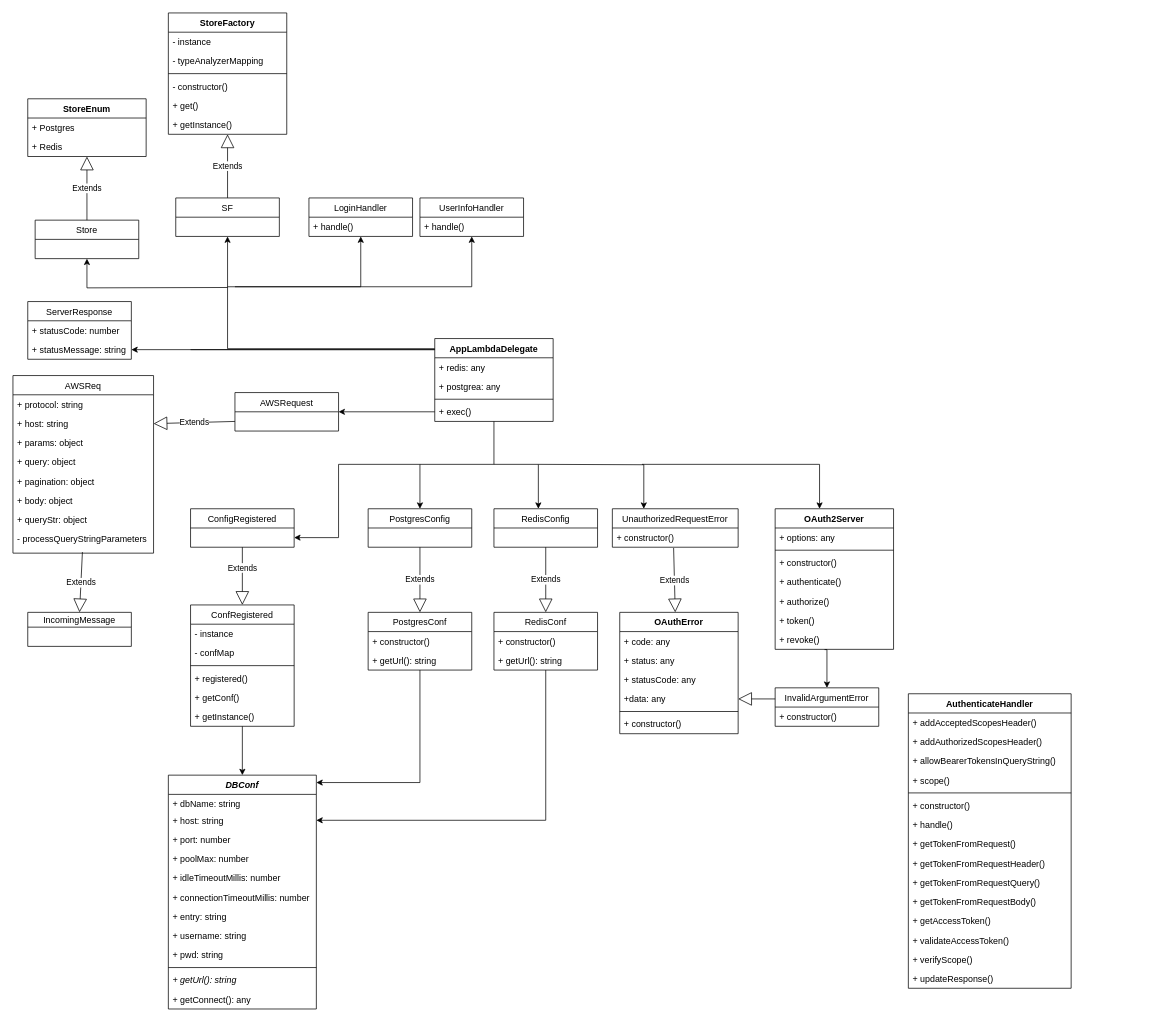
This is phoauth.drawio from wordlu/note-update, a draw.io file, before an edit. Source tidied: cells renumbered, new cells numbered last; positions are measured from the earlier drawing's top-left corner, leaving out a move shared by most shapes. Both pictures are drawn from the tidied source at 74%, with x=0, y=0 at pixel (13, 13).
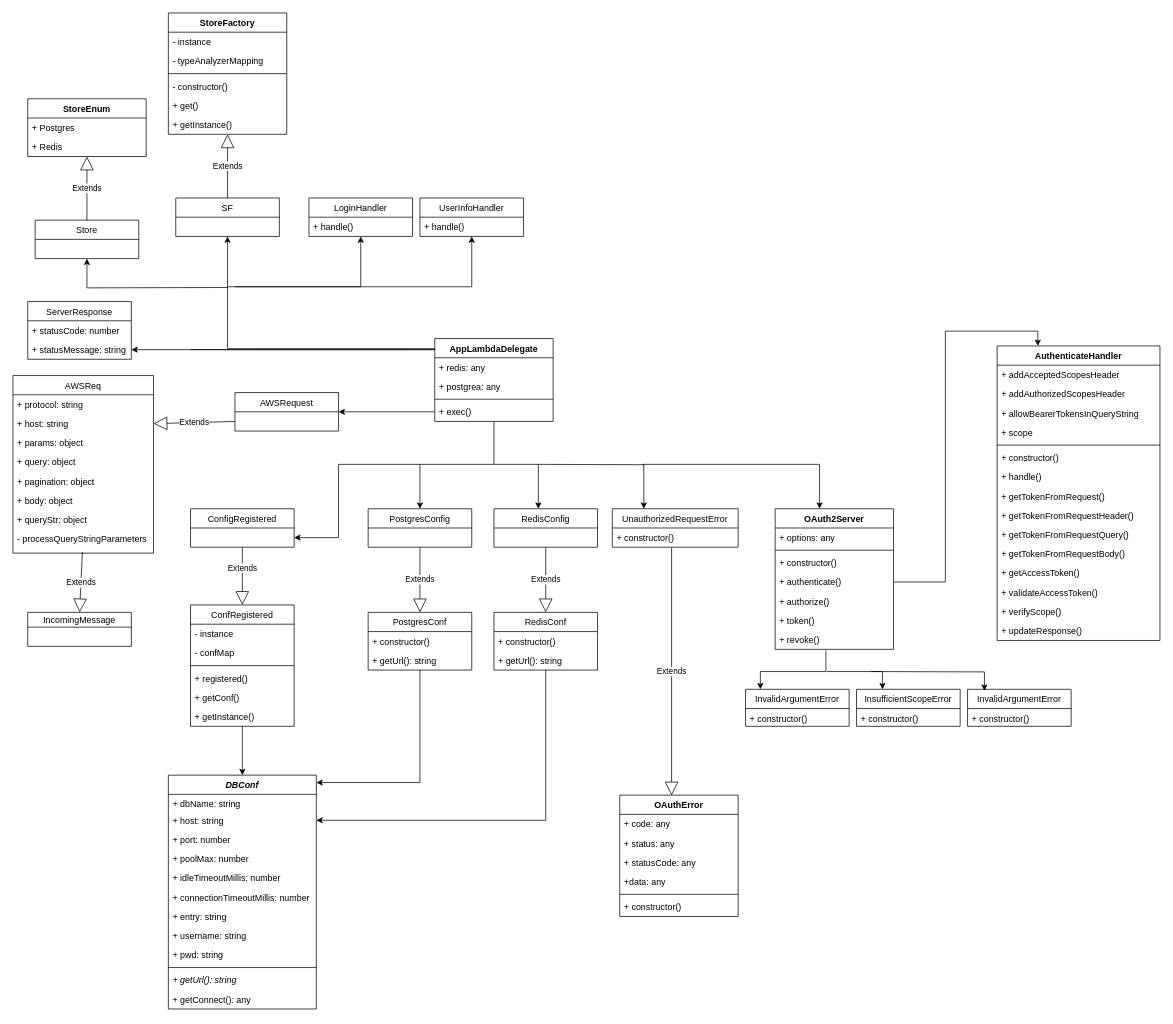
After the change.

Unchanged cells that the change refers to:
```xml
<mxCell id="82" value="+ constructor()" style="text;strokeColor=none;fillColor=none;align=left;verticalAlign=top;spacingLeft=4;spacingRight=4;overflow=hidden;points=[[0,0.5],[1,0.5]];portConstraint=eastwest;" parent="81" vertex="1">
  <mxGeometry y="26" width="170" height="26" as="geometry" />
</mxCell>
<mxCell id="88" value="+data: any" style="text;strokeColor=none;fillColor=none;align=left;verticalAlign=top;spacingLeft=4;spacingRight=4;overflow=hidden;points=[[0,0.5],[1,0.5]];portConstraint=eastwest;shadow=0;" parent="84" vertex="1">
  <mxGeometry y="104" width="160" height="26" as="geometry" />
</mxCell>
<mxCell id="101" value="+ authenticate()" style="text;strokeColor=none;fillColor=none;align=left;verticalAlign=top;spacingLeft=4;spacingRight=4;overflow=hidden;points=[[0,0.5],[1,0.5]];portConstraint=eastwest;" parent="97" vertex="1">
  <mxGeometry y="86" width="160" height="26" as="geometry" />
</mxCell>
<mxCell id="104" value="+ revoke()" style="text;strokeColor=none;fillColor=none;align=left;verticalAlign=top;spacingLeft=4;spacingRight=4;overflow=hidden;points=[[0,0.5],[1,0.5]];portConstraint=eastwest;" parent="97" vertex="1">
  <mxGeometry y="164" width="160" height="26" as="geometry" />
</mxCell>
```

What changed in the source:
```diff
@@
-    <mxCell id="83" value="Extends" style="endArrow=block;endSize=16;endFill=0;html=1;exitX=0.487;exitY=1.038;exitDx=0;exitDy=0;entryX=0.5;entryY=0;entryDx=0;entryDy=0;exitPerimeter=0;" parent="1" edge="1" source="82">
-      <mxGeometry relative="1" as="geometry">
-        <mxPoint x="895" y="810" as="targetPoint" />
-      </mxGeometry>
+    <mxCell id="83" value="Extends" style="endArrow=block;endSize=16;endFill=0;html=1;exitX=0.471;exitY=1.044;exitDx=0;exitDy=0;entryX=0.438;entryY=0.003;entryDx=0;entryDy=0;exitPerimeter=0;entryPerimeter=0;" parent="1" edge="1" source="82" target="84">
+      <mxGeometry relative="1" as="geometry" />
     </mxCell>
     <mxCell id="84" value="OAuthError" style="swimlane;fontStyle=1;align=center;verticalAlign=top;horizontal=1;startSize=26;shadow=0;" parent="1" vertex="1">
-      <mxGeometry x="820" y="810" width="160" height="164" as="geometry" />
+      <mxGeometry x="820" y="1057" width="160" height="164" as="geometry" />
     </mxCell>
@@
-    <mxCell id="96" style="edgeStyle=orthogonalEdgeStyle;rounded=0;jettySize=auto;html=1;entryX=0.5;entryY=0;entryDx=0;entryDy=0;exitX=0.417;exitY=1.013;exitDx=0;exitDy=0;exitPerimeter=0;" parent="1" edge="1" source="104" target="106">
-      <mxGeometry relative="1" as="geometry">
-        <Array as="points">
-          <mxPoint x="1100" y="860" />
-        </Array>
-      </mxGeometry>
-    </mxCell>
@@
     <mxCell id="106" value="InvalidArgumentError" style="swimlane;fontStyle=0;horizontal=1;startSize=26;fillColor=none;" parent="1" vertex="1">
-      <mxGeometry x="1030" y="912" width="140" height="52" as="geometry" />
+      <mxGeometry x="990" y="914" width="140" height="50" as="geometry" />
     </mxCell>
     <mxCell id="107" value="+ constructor()" style="text;strokeColor=none;fillColor=none;align=left;verticalAlign=top;spacingLeft=4;spacingRight=4;overflow=hidden;" parent="106" vertex="1">
-      <mxGeometry y="26" width="140" height="26" as="geometry" />
+      <mxGeometry y="26" width="140" height="24" as="geometry" />
     </mxCell>
-    <mxCell id="108" style="endArrow=block;endSize=16;endFill=0;html=1;entryX=1;entryY=0.5;entryDx=0;entryDy=0;" parent="1" edge="1" target="88">
-      <mxGeometry relative="1" as="geometry">
-        <mxPoint x="1030" y="927" as="sourcePoint" />
-      </mxGeometry>
-    </mxCell>
     <mxCell id="109" value="AuthenticateHandler" style="swimlane;fontStyle=1;align=center;verticalAlign=top;horizontal=1;startSize=26;" parent="1" vertex="1">
-      <mxGeometry x="1210" y="920" width="220" height="398" as="geometry" />
+      <mxGeometry x="1330" y="450" width="220" height="398" as="geometry" />
     </mxCell>
-    <mxCell id="110" value="+ addAcceptedScopesHeader()" style="text;strokeColor=none;fillColor=none;align=left;verticalAlign=top;spacingLeft=4;spacingRight=4;overflow=hidden;" parent="109" vertex="1">
+    <mxCell id="110" value="+ addAcceptedScopesHeader" style="text;strokeColor=none;fillColor=none;align=left;verticalAlign=top;spacingLeft=4;spacingRight=4;overflow=hidden;" parent="109" vertex="1">
       <mxGeometry y="26" width="220" height="26" as="geometry" />
     </mxCell>
-    <mxCell id="111" value="+ addAuthorizedScopesHeader()" style="text;strokeColor=none;fillColor=none;align=left;verticalAlign=top;spacingLeft=4;spacingRight=4;overflow=hidden;" parent="109" vertex="1">
+    <mxCell id="111" value="+ addAuthorizedScopesHeader" style="text;strokeColor=none;fillColor=none;align=left;verticalAlign=top;spacingLeft=4;spacingRight=4;overflow=hidden;" parent="109" vertex="1">
       <mxGeometry y="52" width="220" height="26" as="geometry" />
     </mxCell>
-    <mxCell id="112" value="+ allowBearerTokensInQueryString()&#10;&#10;&#10;" style="text;strokeColor=none;fillColor=none;align=left;verticalAlign=top;spacingLeft=4;spacingRight=4;overflow=hidden;" parent="109" vertex="1">
+    <mxCell id="112" value="+ allowBearerTokensInQueryString" style="text;strokeColor=none;fillColor=none;align=left;verticalAlign=top;spacingLeft=4;spacingRight=4;overflow=hidden;" parent="109" vertex="1">
       <mxGeometry y="78" width="220" height="26" as="geometry" />
     </mxCell>
-    <mxCell id="113" value="+ scope()" style="text;strokeColor=none;fillColor=none;align=left;verticalAlign=top;spacingLeft=4;spacingRight=4;overflow=hidden;" parent="109" vertex="1">
+    <mxCell id="113" value="+ scope" style="text;strokeColor=none;fillColor=none;align=left;verticalAlign=top;spacingLeft=4;spacingRight=4;overflow=hidden;" parent="109" vertex="1">
       <mxGeometry y="104" width="220" height="26" as="geometry" />
     </mxCell>
@@
+    <mxCell id="125" style="edgeStyle=orthogonalEdgeStyle;rounded=0;jettySize=auto;html=1;entryX=0.25;entryY=0;entryDx=0;entryDy=0;" parent="1" edge="1" source="101" target="109">
+      <mxGeometry relative="1" as="geometry" />
+    </mxCell>
+    <mxCell id="96" style="edgeStyle=orthogonalEdgeStyle;rounded=0;jettySize=auto;html=1;exitX=0.429;exitY=1.066;exitDx=0;exitDy=0;exitPerimeter=0;" parent="1" edge="1" source="104" target="106">
+      <mxGeometry relative="1" as="geometry">
+        <Array as="points">
+          <mxPoint x="1099" y="890" />
+          <mxPoint x="1010" y="890" />
+        </Array>
+      </mxGeometry>
+    </mxCell>
+    <mxCell id="126" value="InsufficientScopeError" style="swimlane;fontStyle=0;horizontal=1;startSize=26;fillColor=none;" parent="1" vertex="1">
+      <mxGeometry x="1140" y="914" width="140" height="50" as="geometry" />
+    </mxCell>
+    <mxCell id="127" value="+ constructor()" style="text;strokeColor=none;fillColor=none;align=left;verticalAlign=top;spacingLeft=4;spacingRight=4;overflow=hidden;" parent="126" vertex="1">
+      <mxGeometry y="26" width="140" height="24" as="geometry" />
+    </mxCell>
+    <mxCell id="128" style="edgeStyle=orthogonalEdgeStyle;rounded=0;jettySize=auto;html=1;entryX=0.25;entryY=0;entryDx=0;entryDy=0;" parent="1" edge="1" target="126">
+      <mxGeometry relative="1" as="geometry">
+        <mxPoint x="1100" y="890" as="sourcePoint" />
+        <Array as="points">
+          <mxPoint x="1175" y="890" />
+        </Array>
+      </mxGeometry>
+    </mxCell>
+    <mxCell id="129" value="InvalidArgumentError" style="swimlane;fontStyle=0;horizontal=1;startSize=26;fillColor=none;" parent="1" vertex="1">
+      <mxGeometry x="1290" y="914" width="140" height="50" as="geometry" />
+    </mxCell>
+    <mxCell id="130" value="+ constructor()" style="text;strokeColor=none;fillColor=none;align=left;verticalAlign=top;spacingLeft=4;spacingRight=4;overflow=hidden;" parent="129" vertex="1">
+      <mxGeometry y="26" width="140" height="24" as="geometry" />
+    </mxCell>
+    <mxCell id="131" style="edgeStyle=orthogonalEdgeStyle;rounded=0;jettySize=auto;html=1;entryX=0.163;entryY=0.04;entryDx=0;entryDy=0;entryPerimeter=0;" parent="1" edge="1" target="129">
+      <mxGeometry relative="1" as="geometry">
+        <mxPoint x="1160" y="890" as="sourcePoint" />
+      </mxGeometry>
+    </mxCell>
```
